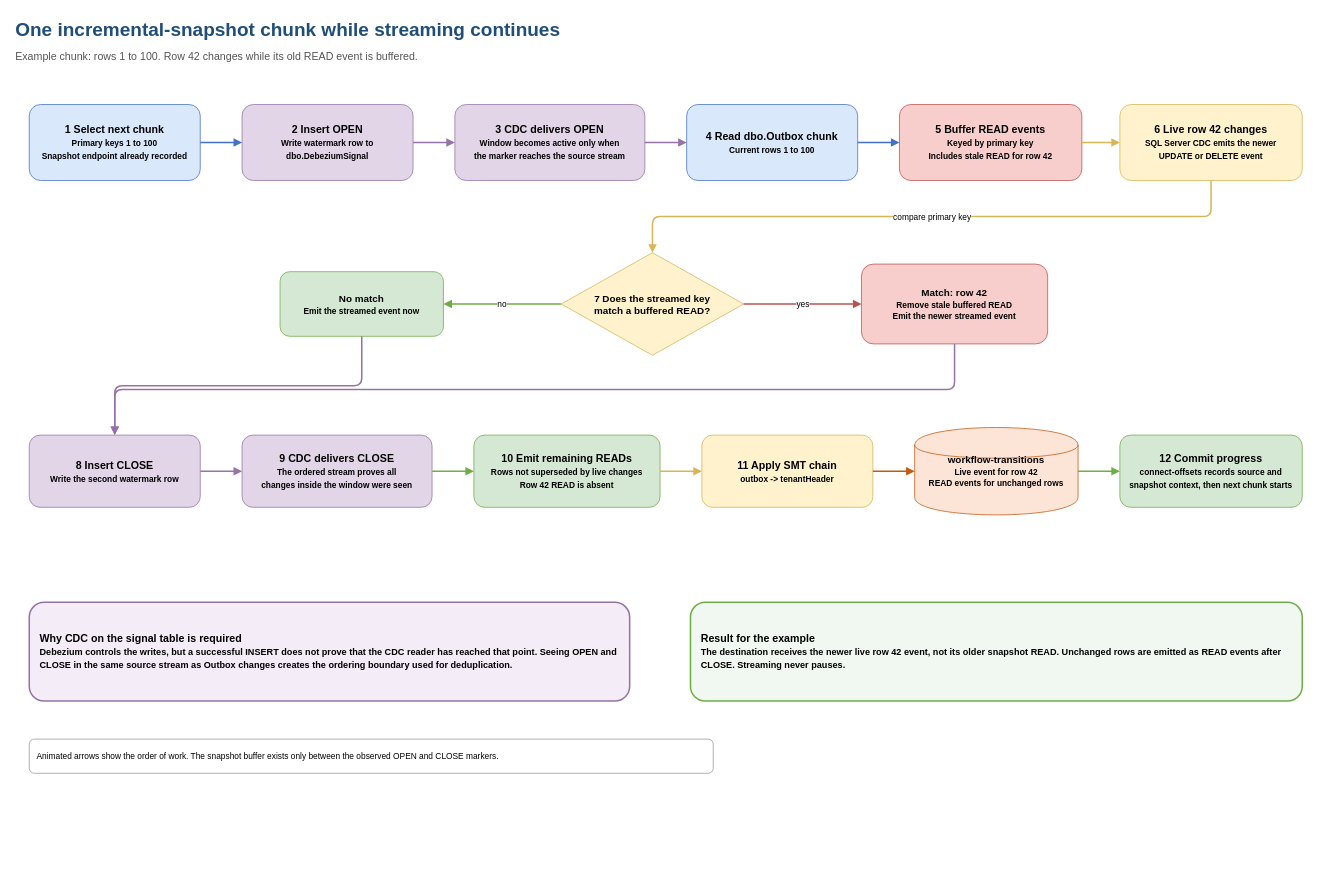
Before: docs/diagrams/incremental-snapshot-window.drawio in collaborationwithothers/cdc-platform-azure, a draw.io diagram. Source tidied: cells renumbered, new cells numbered last; positions are measured from the earlier drawing's top-left corner, leaving out a move shared by most shapes. Both pictures are drawn from the tidied source at 76%, with x=0, y=0 at pixel (14, 13).
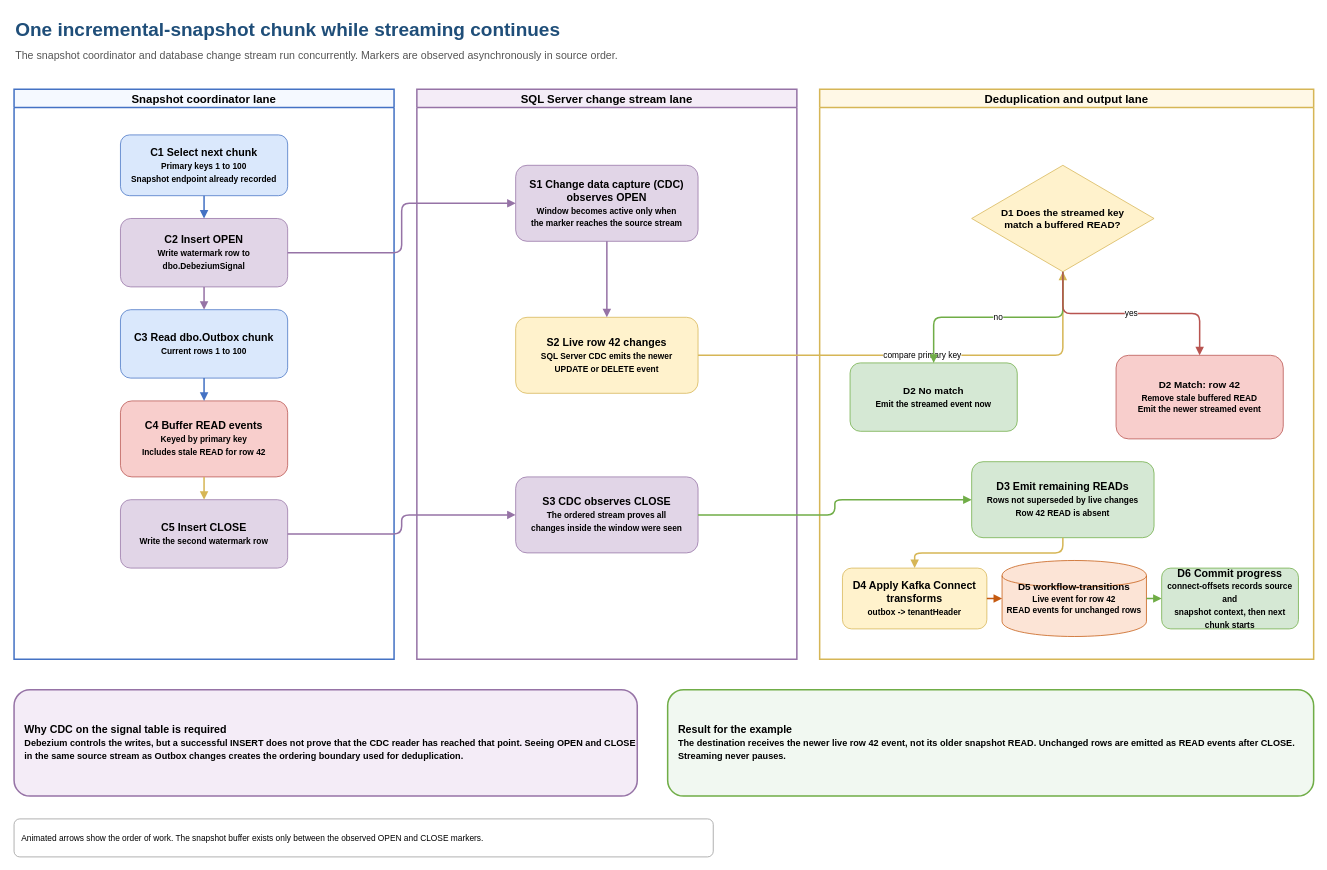
After the change.

Commit message (it also covers changes not shown here):
docs(diagrams): fix snapshot diagram semantics (#68)

The edit, as a diff of the source:
```diff
@@
-    <mxCell id="3" value="Example chunk: rows 1 to 100. Row 42 changes while its old READ event is buffered." style="text;html=1;align=left;verticalAlign=middle;fontSize=14;fontColor=#555555;" parent="1" vertex="1">
-      <mxGeometry y="42" width="1200" height="30" as="geometry" />
+    <mxCell id="3" value="The snapshot coordinator and database change stream run concurrently. Markers are observed asynchronously in source order." style="text;html=1;align=left;verticalAlign=middle;fontSize=14;fontColor=#555555;" parent="1" vertex="1">
+      <mxGeometry y="40" width="1300" height="30" as="geometry" />
     </mxCell>
+    <mxCell id="37" value="Snapshot coordinator lane" style="swimlane;startSize=24;whiteSpace=wrap;html=1;fillColor=#f5f9ff;strokeColor=#4472c4;strokeWidth=2;fontSize=15;fontStyle=1;" parent="1" vertex="1">
+      <mxGeometry y="100" width="500" height="750" as="geometry" />
+    </mxCell>
+    <mxCell id="38" value="SQL Server change stream lane" style="swimlane;startSize=24;whiteSpace=wrap;html=1;fillColor=#f4ecf7;strokeColor=#9673a6;strokeWidth=2;fontSize=15;fontStyle=1;" parent="1" vertex="1">
+      <mxGeometry x="530" y="100" width="500" height="750" as="geometry" />
+    </mxCell>
+    <mxCell id="39" value="Deduplication and output lane" style="swimlane;startSize=24;whiteSpace=wrap;html=1;fillColor=#fff8e6;strokeColor=#d6b656;strokeWidth=2;fontSize=15;fontStyle=1;" parent="1" vertex="1">
+      <mxGeometry x="1060" y="100" width="650" height="750" as="geometry" />
+    </mxCell>
-    <mxCell id="4" value="1  Select next chunk&lt;br&gt;&lt;font style=&quot;font-size:11px&quot;&gt;Primary keys 1 to 100&lt;br&gt;Snapshot endpoint already recorded&lt;/font&gt;" style="rounded=1;whiteSpace=wrap;html=1;fillColor=#dae8fc;strokeColor=#4472c4;fontSize=14;fontStyle=1;" parent="1" vertex="1">
-      <mxGeometry x="20" y="120" width="225" height="100" as="geometry" />
+    <mxCell id="4" value="C1  Select next chunk&lt;br&gt;&lt;font style=&quot;font-size:11px&quot;&gt;Primary keys 1 to 100&lt;br&gt;Snapshot endpoint already recorded&lt;/font&gt;" style="rounded=1;whiteSpace=wrap;html=1;fillColor=#dae8fc;strokeColor=#4472c4;fontSize=14;fontStyle=1;" parent="37" vertex="1">
+      <mxGeometry x="140" y="60" width="220" height="80" as="geometry" />
     </mxCell>
-    <mxCell id="5" value="2  Insert OPEN&lt;br&gt;&lt;font style=&quot;font-size:11px&quot;&gt;Write watermark row to&lt;br&gt;dbo.DebeziumSignal&lt;/font&gt;" style="rounded=1;whiteSpace=wrap;html=1;fillColor=#e1d5e7;strokeColor=#9673a6;fontSize=14;fontStyle=1;" parent="1" vertex="1">
-      <mxGeometry x="300" y="120" width="225" height="100" as="geometry" />
+    <mxCell id="5" value="C2  Insert OPEN&lt;br&gt;&lt;font style=&quot;font-size:11px&quot;&gt;Write watermark row to&lt;br&gt;dbo.DebeziumSignal&lt;/font&gt;" style="rounded=1;whiteSpace=wrap;html=1;fillColor=#e1d5e7;strokeColor=#9673a6;fontSize=14;fontStyle=1;" parent="37" vertex="1">
+      <mxGeometry x="140" y="170" width="220" height="90" as="geometry" />
     </mxCell>
-    <mxCell id="6" value="3  CDC delivers OPEN&lt;br&gt;&lt;font style=&quot;font-size:11px&quot;&gt;Window becomes active only when&lt;br&gt;the marker reaches the source stream&lt;/font&gt;" style="rounded=1;whiteSpace=wrap;html=1;fillColor=#e1d5e7;strokeColor=#9673a6;fontSize=14;fontStyle=1;" parent="1" vertex="1">
-      <mxGeometry x="580" y="120" width="250" height="100" as="geometry" />
+    <mxCell id="6" value="S1  Change data capture (CDC)&lt;br&gt;observes OPEN&lt;br&gt;&lt;font style=&quot;font-size:11px&quot;&gt;Window becomes active only when&lt;br&gt;the marker reaches the source stream&lt;/font&gt;" style="rounded=1;whiteSpace=wrap;html=1;fillColor=#e1d5e7;strokeColor=#9673a6;fontSize=14;fontStyle=1;" parent="38" vertex="1">
+      <mxGeometry x="130" y="100" width="240" height="100" as="geometry" />
     </mxCell>
-    <mxCell id="7" value="4  Read dbo.Outbox chunk&lt;br&gt;&lt;font style=&quot;font-size:11px&quot;&gt;Current rows 1 to 100&lt;/font&gt;" style="rounded=1;whiteSpace=wrap;html=1;fillColor=#dae8fc;strokeColor=#4472c4;fontSize=14;fontStyle=1;" parent="1" vertex="1">
-      <mxGeometry x="885" y="120" width="225" height="100" as="geometry" />
+    <mxCell id="7" value="C3  Read dbo.Outbox chunk&lt;br&gt;&lt;font style=&quot;font-size:11px&quot;&gt;Current rows 1 to 100&lt;/font&gt;" style="rounded=1;whiteSpace=wrap;html=1;fillColor=#dae8fc;strokeColor=#4472c4;fontSize=14;fontStyle=1;" parent="37" vertex="1">
+      <mxGeometry x="140" y="290" width="220" height="90" as="geometry" />
     </mxCell>
-    <mxCell id="8" value="5  Buffer READ events&lt;br&gt;&lt;font style=&quot;font-size:11px&quot;&gt;Keyed by primary key&lt;br&gt;Includes stale READ for row 42&lt;/font&gt;" style="rounded=1;whiteSpace=wrap;html=1;fillColor=#f8cecc;strokeColor=#b85450;fontSize=14;fontStyle=1;" parent="1" vertex="1">
-      <mxGeometry x="1165" y="120" width="240" height="100" as="geometry" />
+    <mxCell id="8" value="C4  Buffer READ events&lt;br&gt;&lt;font style=&quot;font-size:11px&quot;&gt;Keyed by primary key&lt;br&gt;Includes stale READ for row 42&lt;/font&gt;" style="rounded=1;whiteSpace=wrap;html=1;fillColor=#f8cecc;strokeColor=#b85450;fontSize=14;fontStyle=1;" parent="37" vertex="1">
+      <mxGeometry x="140" y="410" width="220" height="100" as="geometry" />
     </mxCell>
-    <mxCell id="9" value="6  Live row 42 changes&lt;br&gt;&lt;font style=&quot;font-size:11px&quot;&gt;SQL Server CDC emits the newer&lt;br&gt;UPDATE or DELETE event&lt;/font&gt;" style="rounded=1;whiteSpace=wrap;html=1;fillColor=#fff2cc;strokeColor=#d6b656;fontSize=14;fontStyle=1;" parent="1" vertex="1">
-      <mxGeometry x="1455" y="120" width="240" height="100" as="geometry" />
+    <mxCell id="9" value="S2  Live row 42 changes&lt;br&gt;&lt;font style=&quot;font-size:11px&quot;&gt;SQL Server CDC emits the newer&lt;br&gt;UPDATE or DELETE event&lt;/font&gt;" style="rounded=1;whiteSpace=wrap;html=1;fillColor=#fff2cc;strokeColor=#d6b656;fontSize=14;fontStyle=1;" parent="38" vertex="1">
+      <mxGeometry x="130" y="300" width="240" height="100" as="geometry" />
     </mxCell>
-    <mxCell id="10" value="7  Does the streamed key&lt;br&gt;match a buffered READ?" style="rhombus;whiteSpace=wrap;html=1;fillColor=#fff2cc;strokeColor=#d6b656;fontSize=13;fontStyle=1;" parent="1" vertex="1">
-      <mxGeometry x="720" y="315" width="240" height="135" as="geometry" />
+    <mxCell id="10" value="D1  Does the streamed key&lt;br&gt;match a buffered READ?" style="rhombus;whiteSpace=wrap;html=1;fillColor=#fff2cc;strokeColor=#d6b656;fontSize=13;fontStyle=1;" parent="39" vertex="1">
+      <mxGeometry x="200" y="100" width="240" height="140" as="geometry" />
     </mxCell>
-    <mxCell id="11" value="No match&lt;br&gt;&lt;font style=&quot;font-size:11px&quot;&gt;Emit the streamed event now&lt;/font&gt;" style="rounded=1;whiteSpace=wrap;html=1;fillColor=#d5e8d4;strokeColor=#70ad47;fontSize=13;fontStyle=1;" parent="1" vertex="1">
-      <mxGeometry x="350" y="340" width="215" height="85" as="geometry" />
+    <mxCell id="11" value="D2  No match&lt;br&gt;&lt;font style=&quot;font-size:11px&quot;&gt;Emit the streamed event now&lt;/font&gt;" style="rounded=1;whiteSpace=wrap;html=1;fillColor=#d5e8d4;strokeColor=#70ad47;fontSize=13;fontStyle=1;" parent="39" vertex="1">
+      <mxGeometry x="40" y="360" width="220" height="90" as="geometry" />
     </mxCell>
-    <mxCell id="12" value="Match: row 42&lt;br&gt;&lt;font style=&quot;font-size:11px&quot;&gt;Remove stale buffered READ&lt;br&gt;Emit the newer streamed event&lt;/font&gt;" style="rounded=1;whiteSpace=wrap;html=1;fillColor=#f8cecc;strokeColor=#b85450;fontSize=13;fontStyle=1;" parent="1" vertex="1">
-      <mxGeometry x="1115" y="330" width="245" height="105" as="geometry" />
+    <mxCell id="12" value="D2  Match: row 42&lt;br&gt;&lt;font style=&quot;font-size:11px&quot;&gt;Remove stale buffered READ&lt;br&gt;Emit the newer streamed event&lt;/font&gt;" style="rounded=1;whiteSpace=wrap;html=1;fillColor=#f8cecc;strokeColor=#b85450;fontSize=13;fontStyle=1;" parent="39" vertex="1">
+      <mxGeometry x="390" y="350" width="220" height="110" as="geometry" />
     </mxCell>
-    <mxCell id="13" value="8  Insert CLOSE&lt;br&gt;&lt;font style=&quot;font-size:11px&quot;&gt;Write the second watermark row&lt;/font&gt;" style="rounded=1;whiteSpace=wrap;html=1;fillColor=#e1d5e7;strokeColor=#9673a6;fontSize=14;fontStyle=1;" parent="1" vertex="1">
-      <mxGeometry x="20" y="555" width="225" height="95" as="geometry" />
+    <mxCell id="13" value="C5  Insert CLOSE&lt;br&gt;&lt;font style=&quot;font-size:11px&quot;&gt;Write the second watermark row&lt;/font&gt;" style="rounded=1;whiteSpace=wrap;html=1;fillColor=#e1d5e7;strokeColor=#9673a6;fontSize=14;fontStyle=1;" parent="37" vertex="1">
+      <mxGeometry x="140" y="540" width="220" height="90" as="geometry" />
     </mxCell>
-    <mxCell id="14" value="9  CDC delivers CLOSE&lt;br&gt;&lt;font style=&quot;font-size:11px&quot;&gt;The ordered stream proves all&lt;br&gt;changes inside the window were seen&lt;/font&gt;" style="rounded=1;whiteSpace=wrap;html=1;fillColor=#e1d5e7;strokeColor=#9673a6;fontSize=14;fontStyle=1;" parent="1" vertex="1">
-      <mxGeometry x="300" y="555" width="250" height="95" as="geometry" />
+    <mxCell id="14" value="S3  CDC observes CLOSE&lt;br&gt;&lt;font style=&quot;font-size:11px&quot;&gt;The ordered stream proves all&lt;br&gt;changes inside the window were seen&lt;/font&gt;" style="rounded=1;whiteSpace=wrap;html=1;fillColor=#e1d5e7;strokeColor=#9673a6;fontSize=14;fontStyle=1;" parent="38" vertex="1">
+      <mxGeometry x="130" y="510" width="240" height="100" as="geometry" />
     </mxCell>
-    <mxCell id="15" value="10  Emit remaining READs&lt;br&gt;&lt;font style=&quot;font-size:11px&quot;&gt;Rows not superseded by live changes&lt;br&gt;Row 42 READ is absent&lt;/font&gt;" style="rounded=1;whiteSpace=wrap;html=1;fillColor=#d5e8d4;strokeColor=#70ad47;fontSize=14;fontStyle=1;" parent="1" vertex="1">
-      <mxGeometry x="605" y="555" width="245" height="95" as="geometry" />
+    <mxCell id="15" value="D3  Emit remaining READs&lt;br&gt;&lt;font style=&quot;font-size:11px&quot;&gt;Rows not superseded by live changes&lt;br&gt;Row 42 READ is absent&lt;/font&gt;" style="rounded=1;whiteSpace=wrap;html=1;fillColor=#d5e8d4;strokeColor=#70ad47;fontSize=14;fontStyle=1;" parent="39" vertex="1">
+      <mxGeometry x="200" y="490" width="240" height="100" as="geometry" />
     </mxCell>
-    <mxCell id="16" value="11  Apply SMT chain&lt;br&gt;&lt;font style=&quot;font-size:11px&quot;&gt;outbox -&gt; tenantHeader&lt;/font&gt;" style="rounded=1;whiteSpace=wrap;html=1;fillColor=#fff2cc;strokeColor=#d6b656;fontSize=14;fontStyle=1;" parent="1" vertex="1">
-      <mxGeometry x="905" y="555" width="225" height="95" as="geometry" />
+    <mxCell id="16" value="D4  Apply Kafka Connect transforms&lt;br&gt;&lt;font style=&quot;font-size:11px&quot;&gt;outbox -&gt; tenantHeader&lt;/font&gt;" style="rounded=1;whiteSpace=wrap;html=1;fillColor=#fff2cc;strokeColor=#d6b656;fontSize=14;fontStyle=1;" parent="39" vertex="1">
+      <mxGeometry x="30" y="630" width="190" height="80" as="geometry" />
     </mxCell>
-    <mxCell id="17" value="workflow-transitions&lt;br&gt;&lt;font style=&quot;font-size:11px&quot;&gt;Live event for row 42&lt;br&gt;READ events for unchanged rows&lt;/font&gt;" style="shape=cylinder;whiteSpace=wrap;html=1;fillColor=#fce4d6;strokeColor=#c55a11;fontSize=13;fontStyle=1;" parent="1" vertex="1">
-      <mxGeometry x="1185" y="545" width="215" height="115" as="geometry" />
+    <mxCell id="17" value="D5  workflow-transitions&lt;br&gt;&lt;font style=&quot;font-size:11px&quot;&gt;Live event for row 42&lt;br&gt;READ events for unchanged rows&lt;/font&gt;" style="shape=cylinder;whiteSpace=wrap;html=1;fillColor=#fce4d6;strokeColor=#c55a11;fontSize=13;fontStyle=1;" parent="39" vertex="1">
+      <mxGeometry x="240" y="620" width="190" height="100" as="geometry" />
     </mxCell>
-    <mxCell id="18" value="12  Commit progress&lt;br&gt;&lt;font style=&quot;font-size:11px&quot;&gt;connect-offsets records source and&lt;br&gt;snapshot context, then next chunk starts&lt;/font&gt;" style="rounded=1;whiteSpace=wrap;html=1;fillColor=#d5e8d4;strokeColor=#70ad47;fontSize=14;fontStyle=1;" parent="1" vertex="1">
-      <mxGeometry x="1455" y="555" width="240" height="95" as="geometry" />
+    <mxCell id="18" value="D6  Commit progress&lt;br&gt;&lt;font style=&quot;font-size:11px&quot;&gt;connect-offsets records source and&lt;br&gt;snapshot context, then next chunk starts&lt;/font&gt;" style="rounded=1;whiteSpace=wrap;html=1;fillColor=#d5e8d4;strokeColor=#70ad47;fontSize=14;fontStyle=1;" parent="39" vertex="1">
+      <mxGeometry x="450" y="630" width="180" height="80" as="geometry" />
     </mxCell>
     <mxCell id="19" value="Why CDC on the signal table is required&lt;br&gt;&lt;font style=&quot;font-size:12px&quot;&gt;Debezium controls the writes, but a successful INSERT does not prove that the CDC reader has reached that point. Seeing OPEN and CLOSE in the same source stream as Outbox changes creates the ordering boundary used for deduplication.&lt;/font&gt;" style="rounded=1;whiteSpace=wrap;html=1;fillColor=#f4ecf7;strokeColor=#9673a6;strokeWidth=2;fontSize=14;fontStyle=1;align=left;spacingLeft=12;" parent="1" vertex="1">
-      <mxGeometry x="20" y="775" width="790" height="130" as="geometry" />
+      <mxGeometry y="890" width="820" height="140" as="geometry" />
     </mxCell>
     <mxCell id="20" value="Result for the example&lt;br&gt;&lt;font style=&quot;font-size:12px&quot;&gt;The destination receives the newer live row 42 event, not its older snapshot READ. Unchanged rows are emitted as READ events after CLOSE. Streaming never pauses.&lt;/font&gt;" style="rounded=1;whiteSpace=wrap;html=1;fillColor=#f1f8f1;strokeColor=#70ad47;strokeWidth=2;fontSize=14;fontStyle=1;align=left;spacingLeft=12;" parent="1" vertex="1">
-      <mxGeometry x="890" y="775" width="805" height="130" as="geometry" />
+      <mxGeometry x="860" y="890" width="850" height="140" as="geometry" />
     </mxCell>
-    <mxCell id="21" style="edgeStyle=orthogonalEdgeStyle;rounded=1;html=1;strokeColor=#4472c4;strokeWidth=2;endArrow=block;flowAnimation=1;" parent="1" edge="1" source="4" target="5">
+    <mxCell id="21" style="edgeStyle=orthogonalEdgeStyle;rounded=1;jettySize=auto;html=1;strokeColor=#4472c4;strokeWidth=2;endArrow=block;flowAnimation=1;" parent="1" edge="1" source="4" target="5">
       <mxGeometry relative="1" as="geometry" />
     </mxCell>
-    <mxCell id="22" style="edgeStyle=orthogonalEdgeStyle;rounded=1;html=1;strokeColor=#9673a6;strokeWidth=2;endArrow=block;flowAnimation=1;" parent="1" edge="1" source="5" target="6">
+    <mxCell id="22" style="edgeStyle=orthogonalEdgeStyle;rounded=1;jettySize=auto;html=1;strokeColor=#9673a6;strokeWidth=2;endArrow=block;flowAnimation=1;" parent="1" edge="1" source="5" target="6">
       <mxGeometry relative="1" as="geometry" />
     </mxCell>
+    <mxCell id="40" style="edgeStyle=orthogonalEdgeStyle;rounded=1;jettySize=auto;html=1;strokeColor=#9673a6;strokeWidth=2;endArrow=block;flowAnimation=1;" parent="1" edge="1" source="6" target="9">
+      <mxGeometry relative="1" as="geometry" />
+    </mxCell>
-    <mxCell id="23" style="edgeStyle=orthogonalEdgeStyle;rounded=1;html=1;strokeColor=#9673a6;strokeWidth=2;endArrow=block;flowAnimation=1;" parent="1" edge="1" source="6" target="7">
+    <mxCell id="23" style="edgeStyle=orthogonalEdgeStyle;rounded=1;jettySize=auto;html=1;strokeColor=#9673a6;strokeWidth=2;endArrow=block;flowAnimation=1;" parent="1" edge="1" source="5" target="7">
       <mxGeometry relative="1" as="geometry" />
     </mxCell>
-    <mxCell id="24" style="edgeStyle=orthogonalEdgeStyle;rounded=1;html=1;strokeColor=#4472c4;strokeWidth=2;endArrow=block;flowAnimation=1;" parent="1" edge="1" source="7" target="8">
+    <mxCell id="24" style="edgeStyle=orthogonalEdgeStyle;rounded=1;jettySize=auto;html=1;strokeColor=#4472c4;strokeWidth=2;endArrow=block;flowAnimation=1;" parent="1" edge="1" source="7" target="8">
       <mxGeometry relative="1" as="geometry" />
     </mxCell>
-    <mxCell id="25" style="edgeStyle=orthogonalEdgeStyle;rounded=1;html=1;strokeColor=#d6b656;strokeWidth=2;endArrow=block;flowAnimation=1;" parent="1" edge="1" source="8" target="9">
+    <mxCell id="25" style="edgeStyle=orthogonalEdgeStyle;rounded=1;jettySize=auto;html=1;strokeColor=#d6b656;strokeWidth=2;endArrow=block;flowAnimation=1;" parent="1" edge="1" source="8" target="13">
       <mxGeometry relative="1" as="geometry" />
     </mxCell>
-    <mxCell id="26" value="compare primary key" style="edgeStyle=orthogonalEdgeStyle;rounded=1;html=1;strokeColor=#d6b656;strokeWidth=2;endArrow=block;flowAnimation=1;fontSize=11;exitX=0.5;exitY=1;entryX=0.5;entryY=0;" parent="1" edge="1" source="9" target="10">
+    <mxCell id="26" value="compare primary key" style="edgeStyle=orthogonalEdgeStyle;rounded=1;jettySize=auto;html=1;strokeColor=#d6b656;strokeWidth=2;endArrow=block;flowAnimation=1;fontSize=11;" parent="1" edge="1" source="9" target="10">
       <mxGeometry relative="1" as="geometry" />
     </mxCell>
-    <mxCell id="27" value="no" style="edgeStyle=orthogonalEdgeStyle;rounded=1;html=1;strokeColor=#70ad47;strokeWidth=2;endArrow=block;flowAnimation=1;fontSize=11;exitX=0;exitY=0.5;entryX=1;entryY=0.5;" parent="1" edge="1" source="10" target="11">
+    <mxCell id="27" value="no" style="edgeStyle=orthogonalEdgeStyle;rounded=1;jettySize=auto;html=1;strokeColor=#70ad47;strokeWidth=2;endArrow=block;fontSize=11;" parent="1" edge="1" source="10" target="11">
       <mxGeometry relative="1" as="geometry" />
     </mxCell>
-    <mxCell id="28" value="yes" style="edgeStyle=orthogonalEdgeStyle;rounded=1;html=1;strokeColor=#b85450;strokeWidth=2;endArrow=block;flowAnimation=1;fontSize=11;exitX=1;exitY=0.5;entryX=0;entryY=0.5;" parent="1" edge="1" source="10" target="12">
+    <mxCell id="28" value="yes" style="edgeStyle=orthogonalEdgeStyle;rounded=1;jettySize=auto;html=1;strokeColor=#b85450;strokeWidth=2;endArrow=block;fontSize=11;" parent="1" edge="1" source="10" target="12">
       <mxGeometry relative="1" as="geometry" />
     </mxCell>
-    <mxCell id="29" style="edgeStyle=orthogonalEdgeStyle;rounded=1;html=1;strokeColor=#9673a6;strokeWidth=2;endArrow=block;flowAnimation=1;exitX=0.5;exitY=1;entryX=0.5;entryY=0;" parent="1" edge="1" source="12" target="13">
-      <mxGeometry relative="1" as="geometry" />
-    </mxCell>
-    <mxCell id="30" style="edgeStyle=orthogonalEdgeStyle;rounded=1;html=1;strokeColor=#9673a6;strokeWidth=2;endArrow=block;flowAnimation=1;exitX=0.5;exitY=1;entryX=0.5;entryY=0;" parent="1" edge="1" source="11" target="13">
-      <mxGeometry relative="1" as="geometry" />
-    </mxCell>
-    <mxCell id="31" style="edgeStyle=orthogonalEdgeStyle;rounded=1;html=1;strokeColor=#9673a6;strokeWidth=2;endArrow=block;flowAnimation=1;" parent="1" edge="1" source="13" target="14">
+    <mxCell id="31" style="edgeStyle=orthogonalEdgeStyle;rounded=1;jettySize=auto;html=1;strokeColor=#9673a6;strokeWidth=2;endArrow=block;flowAnimation=1;" parent="1" edge="1" source="13" target="14">
       <mxGeometry relative="1" as="geometry" />
     </mxCell>
-    <mxCell id="32" style="edgeStyle=orthogonalEdgeStyle;rounded=1;html=1;strokeColor=#70ad47;strokeWidth=2;endArrow=block;flowAnimation=1;" parent="1" edge="1" source="14" target="15">
+    <mxCell id="32" style="edgeStyle=orthogonalEdgeStyle;rounded=1;jettySize=auto;html=1;strokeColor=#70ad47;strokeWidth=2;endArrow=block;" parent="1" edge="1" source="14" target="15">
       <mxGeometry relative="1" as="geometry" />
     </mxCell>
-    <mxCell id="33" style="edgeStyle=orthogonalEdgeStyle;rounded=1;html=1;strokeColor=#d6b656;strokeWidth=2;endArrow=block;flowAnimation=1;" parent="1" edge="1" source="15" target="16">
+    <mxCell id="33" style="edgeStyle=orthogonalEdgeStyle;rounded=1;jettySize=auto;html=1;strokeColor=#d6b656;strokeWidth=2;endArrow=block;" parent="1" edge="1" source="15" target="16">
       <mxGeometry relative="1" as="geometry" />
     </mxCell>
-    <mxCell id="34" style="edgeStyle=orthogonalEdgeStyle;rounded=1;html=1;strokeColor=#c55a11;strokeWidth=2;endArrow=block;flowAnimation=1;" parent="1" edge="1" source="16" target="17">
+    <mxCell id="34" style="edgeStyle=orthogonalEdgeStyle;rounded=1;jettySize=auto;html=1;strokeColor=#c55a11;strokeWidth=2;endArrow=block;flowAnimation=1;" parent="1" edge="1" source="16" target="17">
       <mxGeometry relative="1" as="geometry" />
     </mxCell>
-    <mxCell id="35" style="edgeStyle=orthogonalEdgeStyle;rounded=1;html=1;strokeColor=#70ad47;strokeWidth=2;endArrow=block;flowAnimation=1;" parent="1" edge="1" source="17" target="18">
+    <mxCell id="35" style="edgeStyle=orthogonalEdgeStyle;rounded=1;jettySize=auto;html=1;strokeColor=#70ad47;strokeWidth=2;endArrow=block;" parent="1" edge="1" source="17" target="18">
       <mxGeometry relative="1" as="geometry" />
     </mxCell>
     <mxCell id="36" value="Animated arrows show the order of work. The snapshot buffer exists only between the observed OPEN and CLOSE markers." style="rounded=1;whiteSpace=wrap;html=1;fillColor=#ffffff;strokeColor=#999999;fontSize=11;align=left;spacingLeft=8;" parent="1" vertex="1">
-      <mxGeometry x="20" y="955" width="900" height="45" as="geometry" />
+      <mxGeometry y="1060" width="920" height="50" as="geometry" />
     </mxCell>
```
